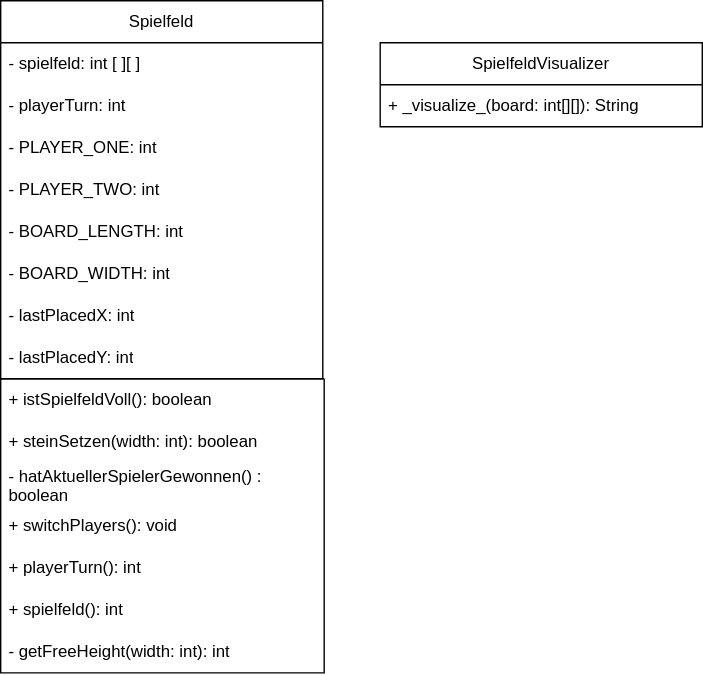
Before: VierGewinntUML.drawio.svg, a diagram exported from draw.io (LouiDev/VierGewinnt-Schule). Source tidied: cells renumbered, new cells last; positions are measured from the earlier drawing's top-left corner, leaving out a move shared by most shapes.
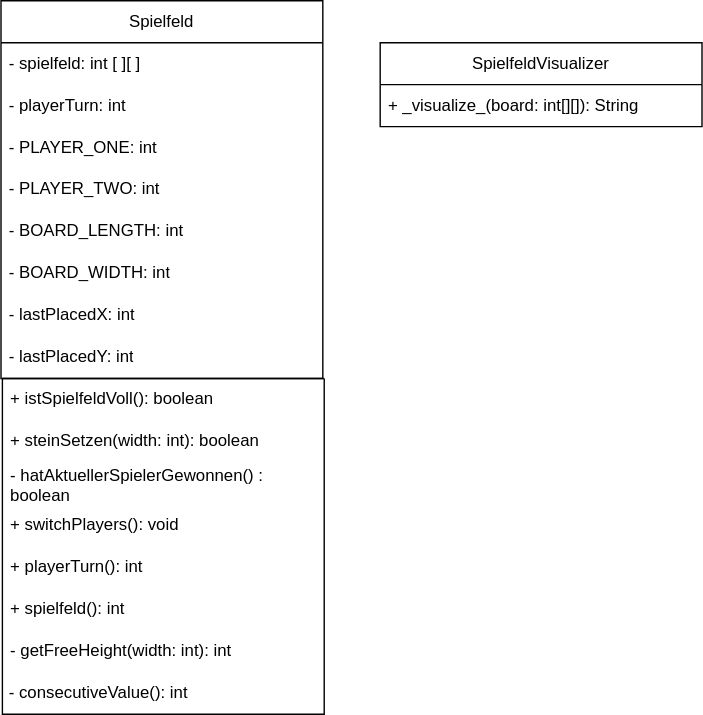
The same diagram one commit later.

The edit, as a diff of the source:
```diff
@@ -36,7 +36,7 @@
       <mxGeometry y="30" width="230" height="30" as="geometry" />
     </mxCell>
     <mxCell id="13" style="swimlane;startSize=0;" parent="1" vertex="1">
-      <mxGeometry y="270" width="231" height="210" as="geometry" />
+      <mxGeometry x="1" y="270" width="230" height="240" as="geometry" />
     </mxCell>
     <mxCell id="14" value="+ steinSetzen(width: int): boolean" style="text;strokeColor=none;fillColor=none;align=left;verticalAlign=middle;spacingLeft=4;spacingRight=4;overflow=hidden;whiteSpace=wrap;html=1;" parent="13" vertex="1">
       <mxGeometry y="30" width="230" height="30" as="geometry" />
@@ -59,5 +59,8 @@
     <mxCell id="20" value="+ istSpielfeldVoll(): boolean" style="text;strokeColor=none;fillColor=none;align=left;verticalAlign=middle;spacingLeft=4;spacingRight=4;overflow=hidden;whiteSpace=wrap;html=1;" parent="13" vertex="1">
       <mxGeometry width="230" height="30" as="geometry" />
     </mxCell>
+    <mxCell id="21" value="- consecutiveValue(): int" style="text;strokeColor=none;fillColor=none;align=left;verticalAlign=middle;spacingLeft=4;spacingRight=4;overflow=hidden;whiteSpace=wrap;html=1;" parent="13" vertex="1">
+      <mxGeometry x="-1" y="210" width="230" height="30" as="geometry" />
+    </mxCell>
   </root>
 </mxGraphModel>
```
